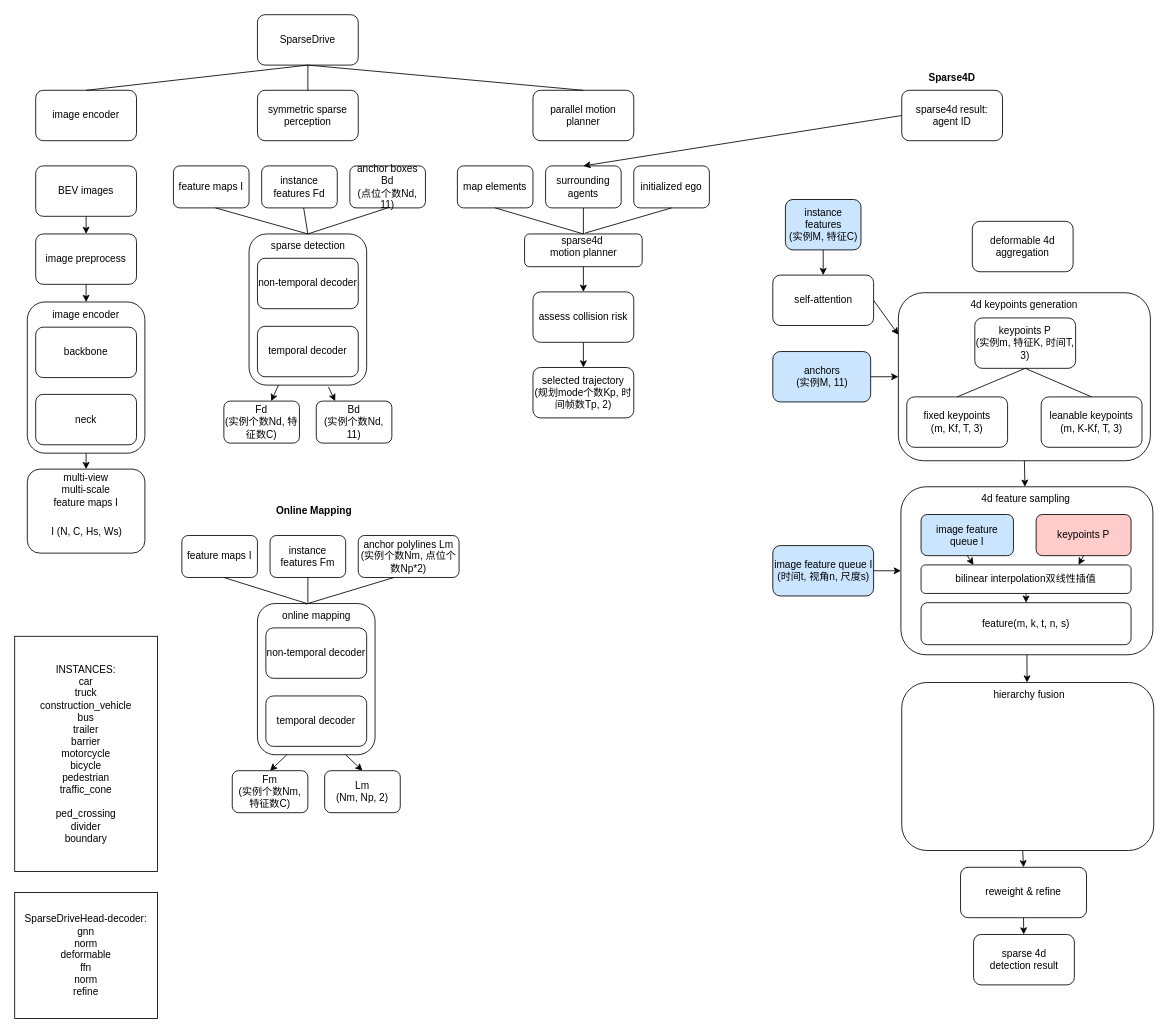
Above: sparsedrive.drawio in wxxsusie/files (draw.io), before the change. Source tidied: cells renumbered, new cells numbered last; positions are measured from the earlier drawing's top-left corner, leaving out a move shared by most shapes. Both pictures are drawn from the tidied source at 84%, with x=0, y=0 at pixel (14, 14).
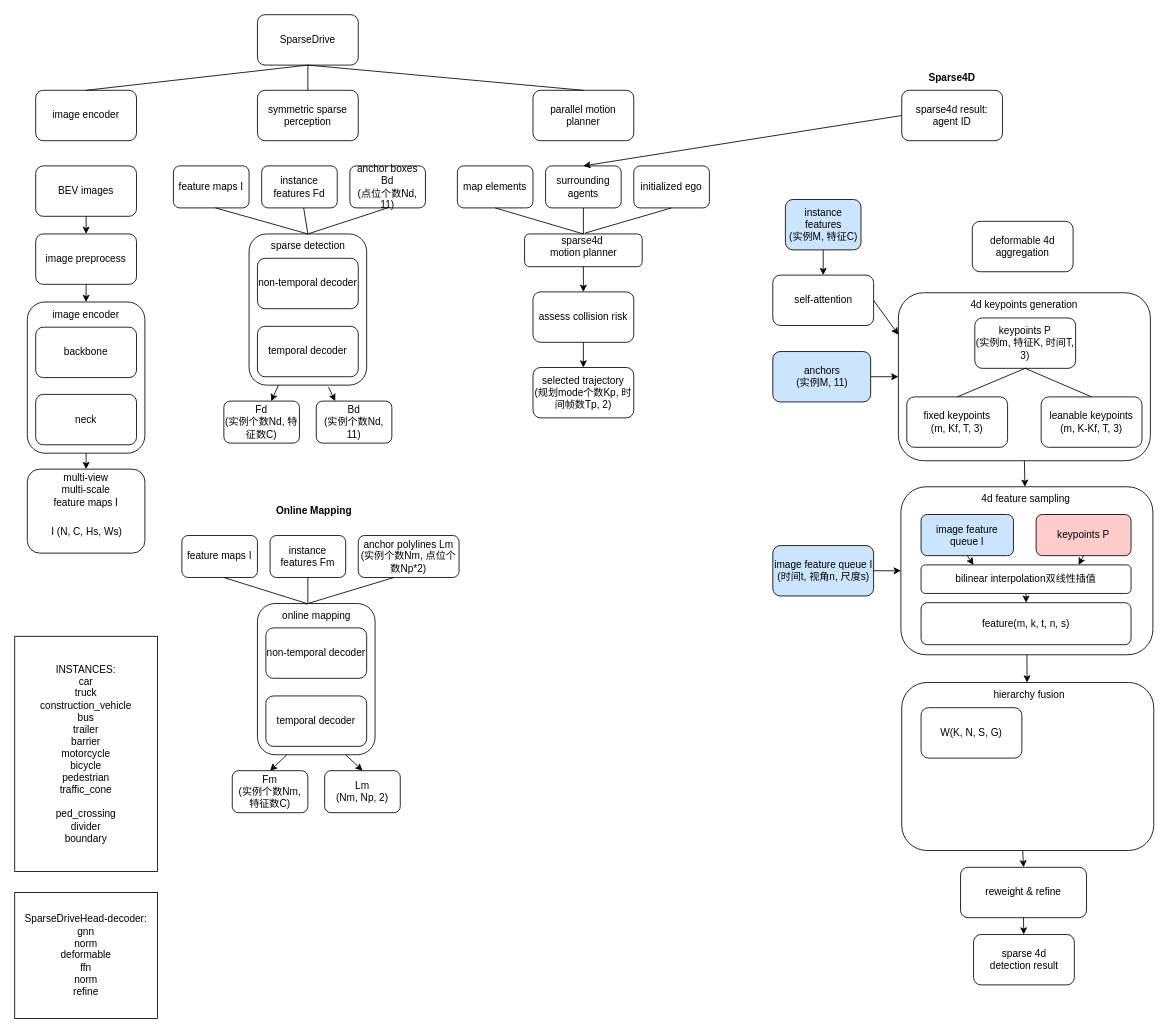
The same diagram, later.

What changed in the source:
```diff
@@
+    <mxCell id="100" value="W(K, N, S, G)" style="rounded=1;whiteSpace=wrap;html=1;" parent="1" vertex="1">
+      <mxGeometry x="1079" y="825" width="120" height="60" as="geometry" />
+    </mxCell>
```
